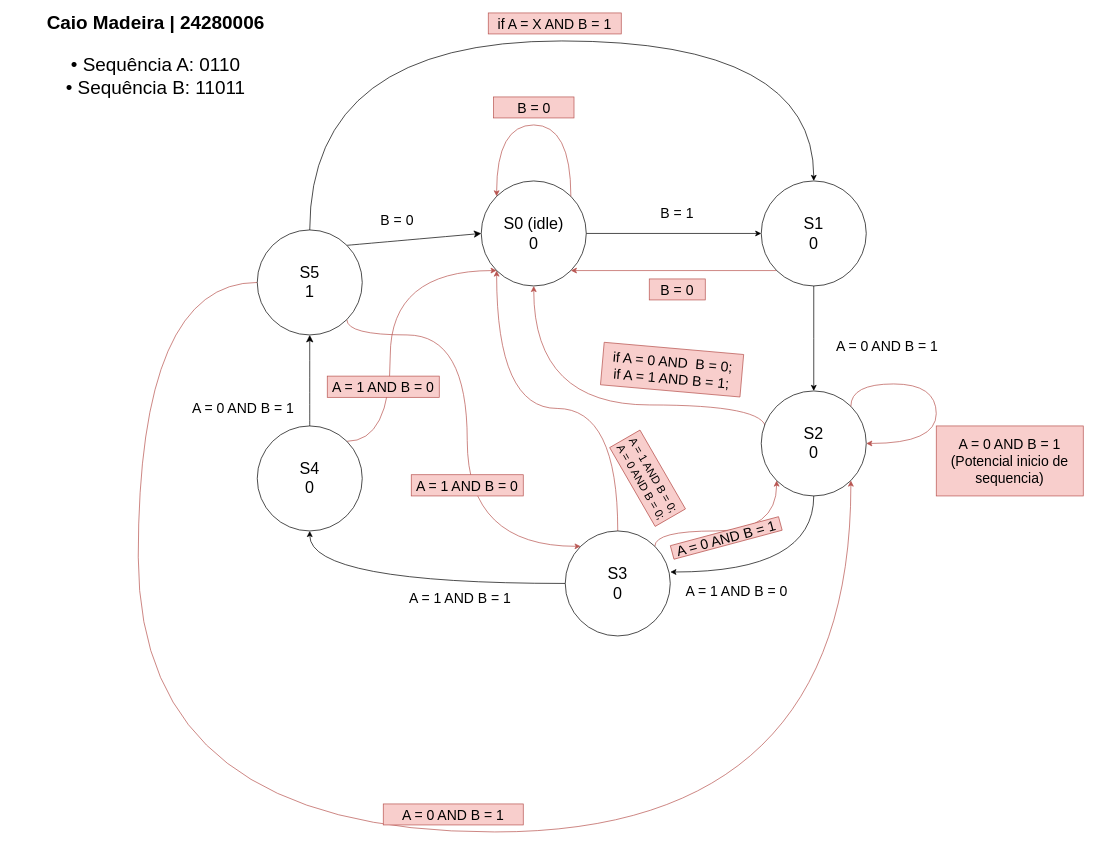
Before: BitSequence/docs/CaioMadeira_FSMMooreCircuitoSeqV4.drawio in caiomadeira/FSM-VDHL, a draw.io diagram. Source tidied: cells renumbered, new cells numbered last; positions are measured from the earlier drawing's top-left corner, leaving out a move shared by most shapes. Both pictures are drawn from the tidied source at 70%, with x=0, y=0 at pixel (26, 13).
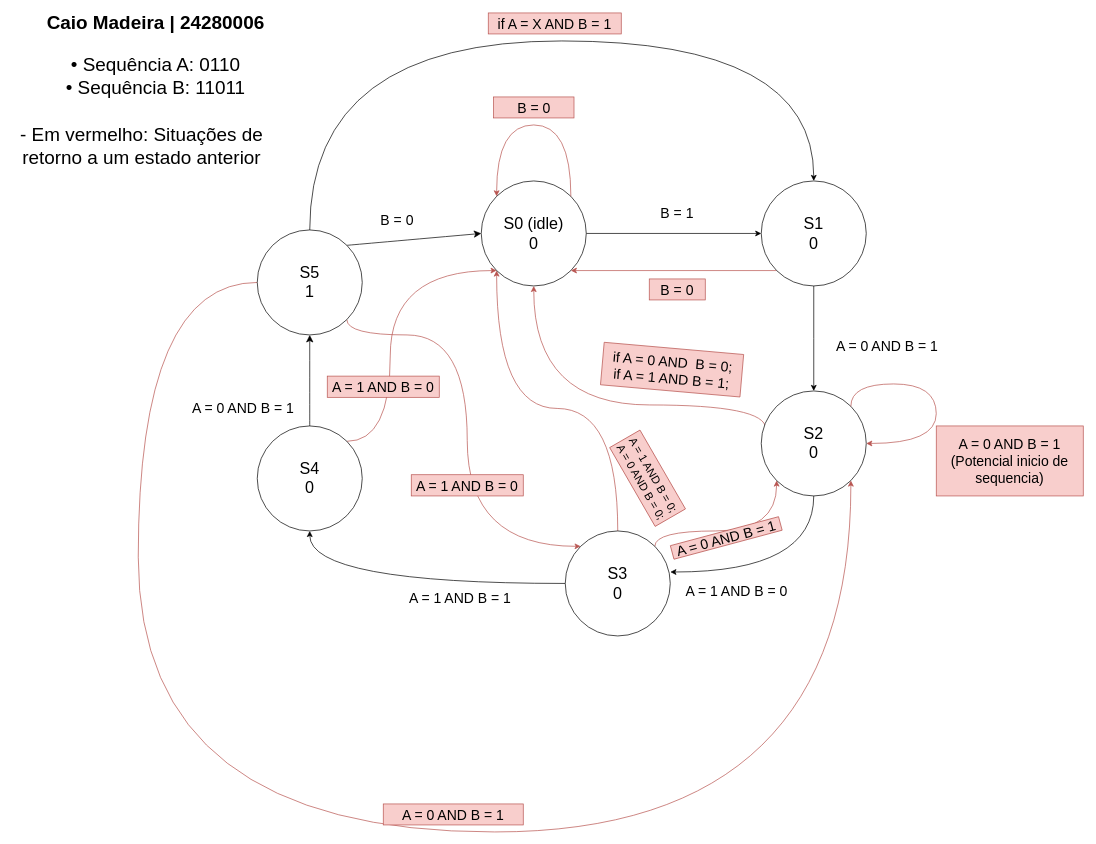
After the change.

The edit, as a diff of the source:
```diff
@@
+    <mxCell id="43" value="&lt;span style=&quot;font-size: 27px;&quot;&gt;- Em vermelho: Situações de retorno a um estado anterior&lt;/span&gt;" style="text;html=1;align=center;verticalAlign=middle;whiteSpace=wrap;rounded=0;strokeWidth=2;" parent="1" vertex="1">
+      <mxGeometry x="-20" y="150" width="370" height="80" as="geometry" />
+    </mxCell>
```
